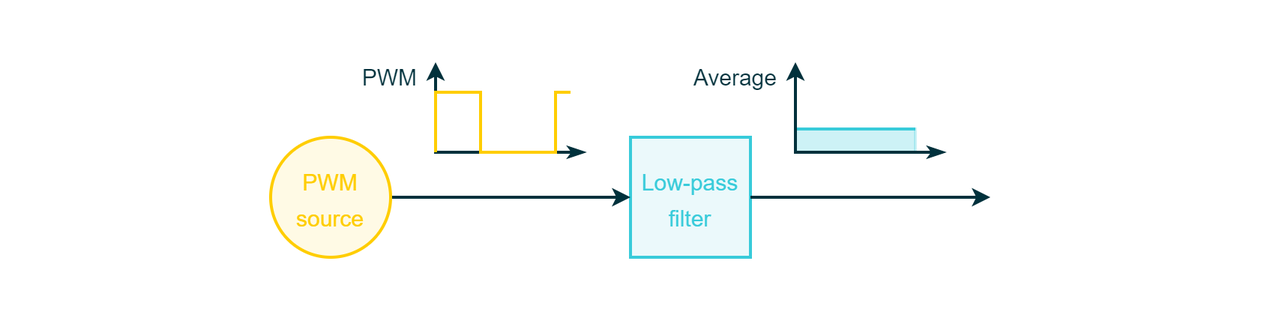
Earlier version of the draw.io export draw.io/PE Articles/General knowledge/Fundamentals/PWM 101 from Duty Cycle to Motor Control/Block diagram PWM low pass filter (PE).png (PLAY-Embedded/pe_assets). Source tidied: cells renumbered, new cells last; positions are measured from the earlier drawing's top-left corner, leaving out a move shared by most shapes. The source it was exported from:
```xml
<mxGraphModel>
  <root>
    <mxCell id="0" />
    <mxCell id="1" parent="0" />
    <mxCell id="2" style="rounded=0;whiteSpace=wrap;html=1;strokeColor=#00313C;strokeWidth=2;fontFamily=Arial;fontSize=20;fontColor=#FFFFFF;fillColor=#00313C;opacity=0;" parent="1" vertex="1">
      <mxGeometry width="840" height="210" as="geometry" />
    </mxCell>
    <mxCell id="3" style="rounded=0;whiteSpace=wrap;html=1;fontFamily=Arial;fontSize=10;fontColor=#FFFFFF;strokeColor=#38CBDA;strokeWidth=2;fillColor=#38CBDA;opacity=25;" parent="1" vertex="1">
      <mxGeometry x="530" y="84.5" width="80" height="15.5" as="geometry" />
    </mxCell>
    <mxCell id="4" value="&lt;font style=&quot;font-size: 15px;&quot;&gt;Low-pass filter&lt;/font&gt;" style="rounded=0;whiteSpace=wrap;html=1;strokeColor=#38CBDA;strokeWidth=2;fontFamily=Arial;fontSize=20;fontColor=#38CBDA;fillColor=#EBF9FB;" parent="1" vertex="1">
      <mxGeometry x="420" y="90" width="80" height="80" as="geometry" />
    </mxCell>
    <mxCell id="5" style="endArrow=classic;html=1;rounded=0;strokeColor=#00313C;strokeWidth=2;fontFamily=Arial;fontSize=20;fontColor=#101820;fillColor=#D8E0E1;entryX=0;entryY=0.5;entryDx=0;entryDy=0;exitX=1;exitY=0.5;exitDx=0;exitDy=0;" parent="1" edge="1" source="6" target="4">
      <mxGeometry relative="1" as="geometry" />
    </mxCell>
    <mxCell id="6" value="&lt;font style=&quot;font-size: 15px;&quot;&gt;PWM&lt;br&gt;source&lt;/font&gt;" style="ellipse;whiteSpace=wrap;html=1;strokeColor=#FFCD00;strokeWidth=2;fontFamily=Arial;fontSize=20;fontColor=#FFCD00;fillColor=#FFFAE5;rounded=0;" parent="1" vertex="1">
      <mxGeometry x="180" y="90" width="80" height="80" as="geometry" />
    </mxCell>
    <mxCell id="7" style="endArrow=classicThin;html=1;rounded=0;strokeColor=#00313C;strokeWidth=2;fontFamily=Arial;fontSize=20;fontColor=#101820;fillColor=#00313C;startArrow=classic;startFill=1;endFill=1;" parent="1" edge="1">
      <mxGeometry relative="1" as="geometry">
        <mxPoint x="290" y="40" as="sourcePoint" />
        <mxPoint x="390" y="100" as="targetPoint" />
        <Array as="points">
          <mxPoint x="290" y="100" />
        </Array>
      </mxGeometry>
    </mxCell>
    <mxCell id="8" style="endArrow=none;html=1;rounded=0;strokeColor=#FFCD00;strokeWidth=2;fontFamily=Arial;fontSize=20;fontColor=#FFCD00;fillColor=#FFFAE5;" parent="1" edge="1">
      <mxGeometry relative="1" as="geometry">
        <mxPoint x="290" y="100" as="sourcePoint" />
        <mxPoint x="380" y="60" as="targetPoint" />
        <Array as="points">
          <mxPoint x="290" y="60" />
          <mxPoint x="320" y="60" />
          <mxPoint x="320" y="100" />
          <mxPoint x="370" y="100" />
          <mxPoint x="370" y="60" />
        </Array>
      </mxGeometry>
    </mxCell>
    <mxCell id="9" style="endArrow=none;html=1;rounded=0;strokeColor=#38CBDA;strokeWidth=2;fontFamily=Arial;fontSize=20;fontColor=#101820;fillColor=#38CBDA;" parent="1" edge="1">
      <mxGeometry relative="1" as="geometry">
        <mxPoint x="530" y="84.5" as="sourcePoint" />
        <mxPoint x="610" y="84.5" as="targetPoint" />
      </mxGeometry>
    </mxCell>
    <mxCell id="10" style="endArrow=classicThin;html=1;rounded=0;strokeColor=#00313C;strokeWidth=2;fontFamily=Arial;fontSize=20;fontColor=#101820;fillColor=#00313C;startArrow=classic;startFill=1;endFill=1;" parent="1" edge="1">
      <mxGeometry relative="1" as="geometry">
        <mxPoint x="530" y="40" as="sourcePoint" />
        <mxPoint x="630" y="100" as="targetPoint" />
        <Array as="points">
          <mxPoint x="530" y="100" />
        </Array>
      </mxGeometry>
    </mxCell>
    <mxCell id="11" style="endArrow=classic;html=1;rounded=0;strokeColor=#00313C;strokeWidth=2;fontFamily=Arial;fontSize=20;fontColor=#101820;fillColor=#D8E0E1;exitX=1;exitY=0.5;exitDx=0;exitDy=0;" parent="1" edge="1" source="4">
      <mxGeometry relative="1" as="geometry">
        <mxPoint x="660" y="130" as="targetPoint" />
      </mxGeometry>
    </mxCell>
    <mxCell id="12" value="&lt;font style=&quot;font-size: 15px;&quot; color=&quot;#00313c&quot;&gt;PWM&lt;/font&gt;" style="rounded=0;whiteSpace=wrap;html=1;strokeColor=none;strokeWidth=2;fillColor=none;fontFamily=Arial;fontSize=16;fontColor=#3D3F4F;align=right;" parent="1" vertex="1">
      <mxGeometry x="220" y="40" width="60" height="20" as="geometry" />
    </mxCell>
    <mxCell id="13" value="&lt;font style=&quot;font-size: 15px;&quot; color=&quot;#00313c&quot;&gt;Average&lt;/font&gt;" style="rounded=0;whiteSpace=wrap;html=1;strokeColor=none;strokeWidth=2;fillColor=none;fontFamily=Arial;fontSize=16;fontColor=#3D3F4F;align=right;" parent="1" vertex="1">
      <mxGeometry x="460" y="40" width="60" height="20" as="geometry" />
    </mxCell>
  </root>
</mxGraphModel>
```
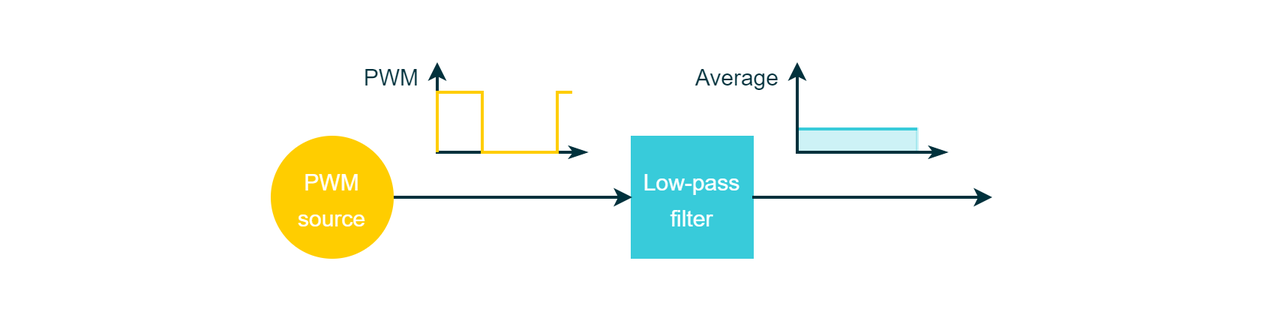
After the change.

The edit, as a diff of the source:
```diff
@@ -8,13 +8,13 @@
     <mxCell id="3" style="rounded=0;whiteSpace=wrap;html=1;fontFamily=Arial;fontSize=10;fontColor=#FFFFFF;strokeColor=#38CBDA;strokeWidth=2;fillColor=#38CBDA;opacity=25;" parent="1" vertex="1">
       <mxGeometry x="530" y="84.5" width="80" height="15.5" as="geometry" />
     </mxCell>
-    <mxCell id="4" value="&lt;font style=&quot;font-size: 15px;&quot;&gt;Low-pass filter&lt;/font&gt;" style="rounded=0;whiteSpace=wrap;html=1;strokeColor=#38CBDA;strokeWidth=2;fontFamily=Arial;fontSize=20;fontColor=#38CBDA;fillColor=#EBF9FB;" parent="1" vertex="1">
+    <mxCell id="4" value="&lt;font style=&quot;font-size: 15px;&quot;&gt;Low-pass filter&lt;/font&gt;" style="rounded=0;whiteSpace=wrap;html=1;strokeColor=#38CBDA;strokeWidth=2;fontFamily=Arial;fontSize=20;fontColor=#FFFFFF;fillColor=#38CBDA;" parent="1" vertex="1">
       <mxGeometry x="420" y="90" width="80" height="80" as="geometry" />
     </mxCell>
     <mxCell id="5" style="endArrow=classic;html=1;rounded=0;strokeColor=#00313C;strokeWidth=2;fontFamily=Arial;fontSize=20;fontColor=#101820;fillColor=#D8E0E1;entryX=0;entryY=0.5;entryDx=0;entryDy=0;exitX=1;exitY=0.5;exitDx=0;exitDy=0;" parent="1" edge="1" source="6" target="4">
       <mxGeometry relative="1" as="geometry" />
     </mxCell>
-    <mxCell id="6" value="&lt;font style=&quot;font-size: 15px;&quot;&gt;PWM&lt;br&gt;source&lt;/font&gt;" style="ellipse;whiteSpace=wrap;html=1;strokeColor=#FFCD00;strokeWidth=2;fontFamily=Arial;fontSize=20;fontColor=#FFCD00;fillColor=#FFFAE5;rounded=0;" parent="1" vertex="1">
+    <mxCell id="6" value="&lt;font style=&quot;font-size: 15px;&quot;&gt;PWM&lt;br&gt;source&lt;/font&gt;" style="ellipse;whiteSpace=wrap;html=1;strokeColor=#FFCD00;strokeWidth=2;fontFamily=Arial;fontSize=20;fontColor=#FFFFFF;fillColor=#FFCD00;rounded=0;" parent="1" vertex="1">
       <mxGeometry x="180" y="90" width="80" height="80" as="geometry" />
     </mxCell>
     <mxCell id="7" style="endArrow=classicThin;html=1;rounded=0;strokeColor=#00313C;strokeWidth=2;fontFamily=Arial;fontSize=20;fontColor=#101820;fillColor=#00313C;startArrow=classic;startFill=1;endFill=1;" parent="1" edge="1">
```
